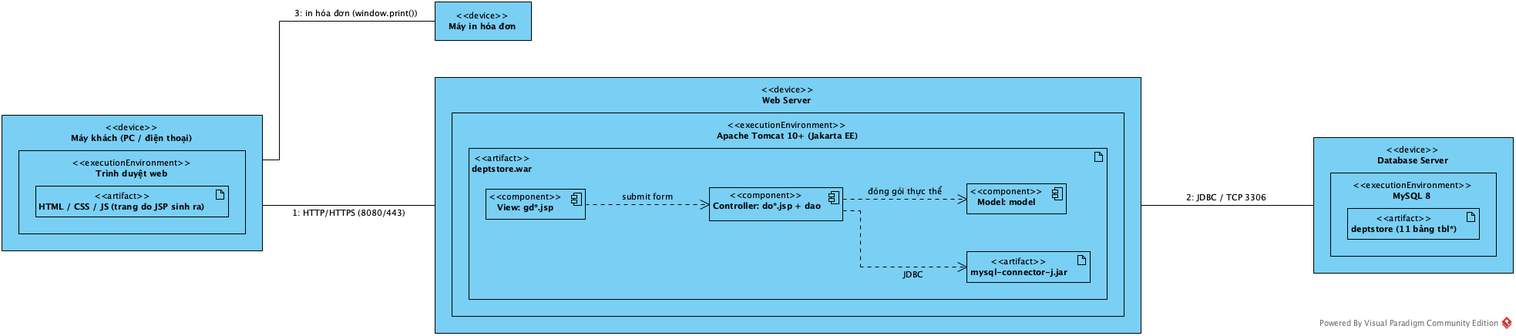
Before: diagrams/out/vp/q5b-deployment.png, a diagram exported from PlantUML (thanhtrnnn/infor-sys-anal-dept-store). Its source is kept beside it as diagrams/src/q5b-deployment.puml.
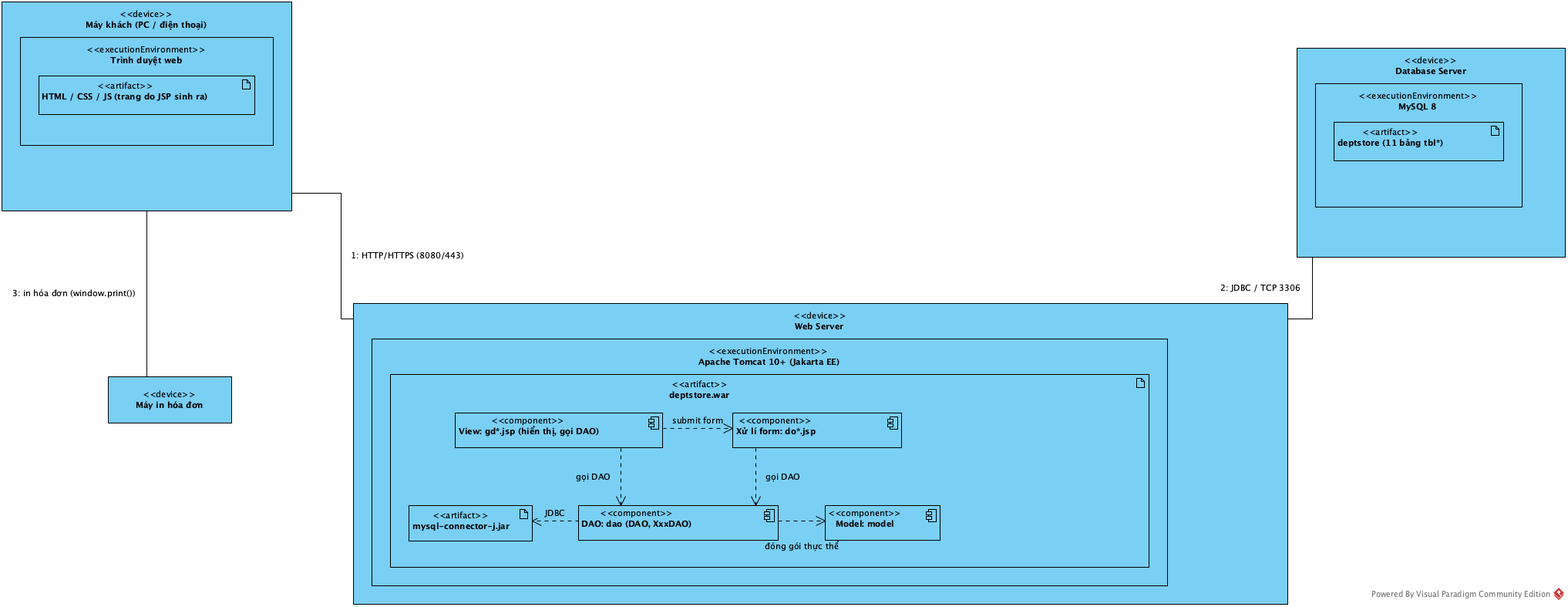
Later version of the same file.

What changed in the source:
```diff
@@ -13,8 +13,9 @@
 node "Web Server\n<<device>>" as server {
   node "Apache Tomcat 10+ (Jakarta EE / J2EE web container)\n<<execution environment>>" as tomcat {
     artifact "deptstore.war" as war {
-      component "View\ngdLogin.jsp, khachhang/gd*.jsp,\nnhanvienbanhang/gd*.jsp" as viewc
-      component "Controller\nnhanvienbanhang/do*.jsp, doLogin.jsp\n+ WEB-INF/classes/dao (DAO, XxxDAO)" as ctlc
+      component "View\ngdLogin.jsp, khachhang/gd*.jsp,\nnhanvienbanhang/gd*.jsp\n(hiển thị, gọi DAO)" as viewc
+      component "Xử lí form\nnhanvienbanhang/do*.jsp, doLogin.jsp" as formc
+      component "DAO\nWEB-INF/classes/dao (DAO, XxxDAO)" as daoc
       component "Model\nWEB-INF/classes/model\n(Order, Invoice, ...)" as modelc
       artifact "WEB-INF/lib/\nmysql-connector-j.jar" as driver
     }
@@ -29,7 +30,9 @@
 client -- server : 1: HTTP/HTTPS (port 8080/443)
 server -- dbserver : 2: JDBC / TCP 3306
 client -- printer : 3: in hóa đơn\n(window.print())
-viewc ..> ctlc : submit form
-ctlc ..> modelc : đóng gói thực thể
-ctlc ..> driver : JDBC
+viewc ..> formc : submit form
+viewc ..> daoc : gọi DAO
+formc ..> daoc : gọi DAO
+daoc ..> modelc : đóng gói thực thể
+daoc ..> driver : JDBC
 @enduml
```
